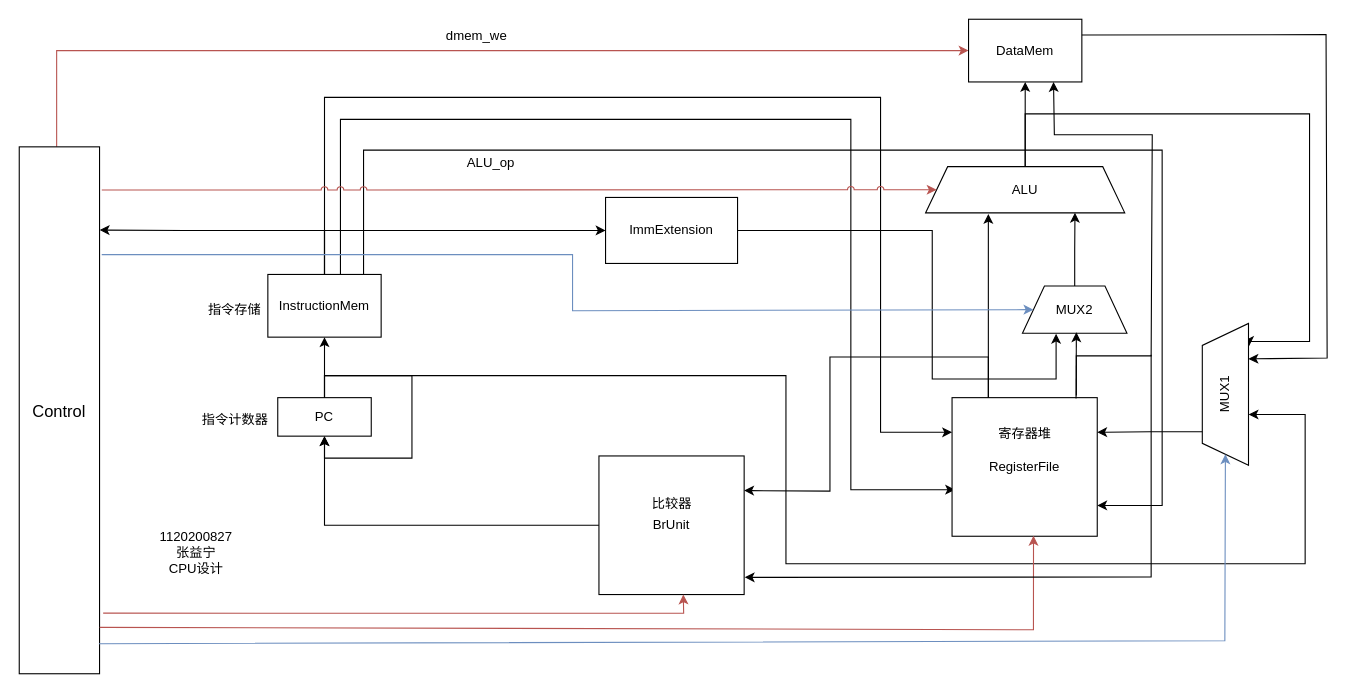
Above: CPU.drawio in ZYNsama666/BackUp (draw.io), before the change. Source tidied: cells renumbered, new cells numbered last; positions are measured from the earlier drawing's top-left corner, leaving out a move shared by most shapes. Both pictures are drawn from the tidied source at 110%, with x=0, y=0 at pixel (19, 19).
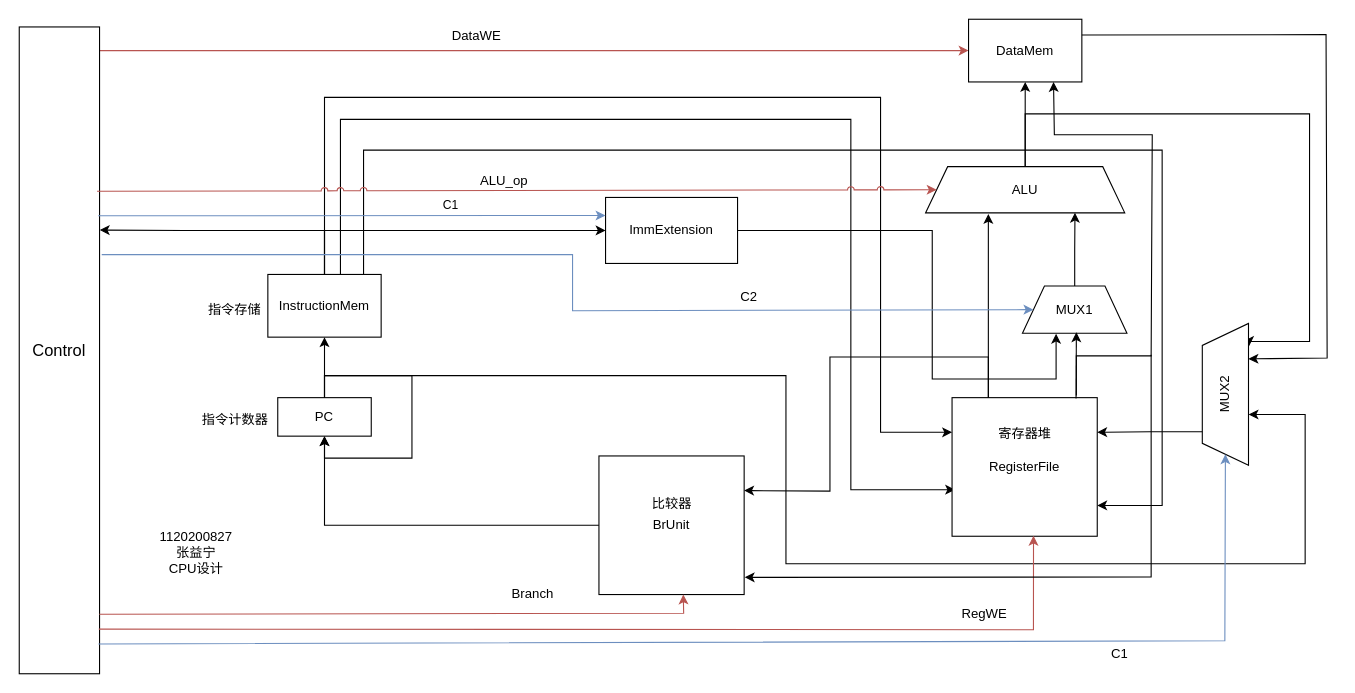
The same diagram, later.

The change refers to these unchanged cells:
```xml
<mxCell id="12" value="InstructionMem" style="rounded=0;whiteSpace=wrap;html=1;" parent="1" vertex="1">
  <mxGeometry x="226" y="232" width="103" height="57" as="geometry" />
</mxCell>
<mxCell id="14" value="BrUnit" style="rounded=0;whiteSpace=wrap;html=1;" parent="1" vertex="1">
  <mxGeometry x="527" y="397" width="132" height="126" as="geometry" />
</mxCell>
<mxCell id="16" value="RegisterFile" style="rounded=0;whiteSpace=wrap;html=1;" parent="1" vertex="1">
  <mxGeometry x="848" y="344" width="132" height="126" as="geometry" />
</mxCell>
<mxCell id="23" value="ALU" style="shape=trapezoid;perimeter=trapezoidPerimeter;whiteSpace=wrap;html=1;fixedSize=1;" parent="1" vertex="1">
  <mxGeometry x="824" y="134" width="181" height="42" as="geometry" />
</mxCell>
<mxCell id="35" value="ImmExtension" style="rounded=0;whiteSpace=wrap;html=1;" parent="1" vertex="1">
  <mxGeometry x="533" y="162" width="120" height="60" as="geometry" />
</mxCell>
```

The edit, as a diff of the source:
```diff
@@
     <mxCell id="3" value="&lt;font style=&quot;font-size: 15px;&quot;&gt;Control&lt;/font&gt;" style="rounded=0;whiteSpace=wrap;html=1;" parent="1" vertex="1">
-      <mxGeometry y="116" width="73" height="479" as="geometry" />
+      <mxGeometry y="7" width="73" height="588" as="geometry" />
     </mxCell>
@@
-    <mxCell id="7" style="edgeStyle=orthogonalEdgeStyle;rounded=0;jettySize=auto;html=1;entryX=1.002;entryY=0.158;entryDx=0;entryDy=0;entryPerimeter=0;" parent="1" edge="1" source="12" target="3">
+    <mxCell id="7" style="edgeStyle=orthogonalEdgeStyle;rounded=0;jettySize=auto;html=1;entryX=1.003;entryY=0.314;entryDx=0;entryDy=0;entryPerimeter=0;" parent="1" edge="1" source="12" target="3">
       <mxGeometry relative="1" as="geometry">
         <Array as="points">
           <mxPoint x="278" y="192" />
           <mxPoint x="150" y="192" />
         </Array>
       </mxGeometry>
     </mxCell>
@@
     <mxCell id="26" value="ALU_op" style="text;html=1;strokeColor=none;fillColor=none;align=center;verticalAlign=middle;whiteSpace=wrap;rounded=0;" parent="1" vertex="1">
-      <mxGeometry x="399" y="116" width="60" height="30" as="geometry" />
+      <mxGeometry x="411" y="132" width="60" height="30" as="geometry" />
     </mxCell>
-    <mxCell id="27" value="dmem_we" style="text;html=1;strokeColor=none;fillColor=none;align=center;verticalAlign=middle;whiteSpace=wrap;rounded=0;" parent="1" vertex="1">
+    <mxCell id="27" value="DataWE" style="text;html=1;strokeColor=none;fillColor=none;align=center;verticalAlign=middle;whiteSpace=wrap;rounded=0;" parent="1" vertex="1">
       <mxGeometry x="386" width="60" height="30" as="geometry" />
     </mxCell>
@@
-    <mxCell id="29" value="MUX1" style="shape=trapezoid;perimeter=trapezoidPerimeter;whiteSpace=wrap;html=1;fixedSize=1;rotation=-90;" parent="1" vertex="1">
+    <mxCell id="29" value="MUX2" style="shape=trapezoid;perimeter=trapezoidPerimeter;whiteSpace=wrap;html=1;fixedSize=1;rotation=-90;" parent="1" vertex="1">
       <mxGeometry x="1032" y="320" width="129" height="42" as="geometry" />
     </mxCell>
@@
-    <mxCell id="31" style="endArrow=classic;html=1;rounded=0;exitX=0.992;exitY=0.943;exitDx=0;exitDy=0;exitPerimeter=0;entryX=0;entryY=0.5;entryDx=0;entryDy=0;fillColor=#dae8fc;strokeColor=#6c8ebf;" parent="1" edge="1" source="3" target="29">
+    <mxCell id="31" style="endArrow=classic;html=1;rounded=0;exitX=0.986;exitY=0.954;exitDx=0;exitDy=0;exitPerimeter=0;entryX=0;entryY=0.5;entryDx=0;entryDy=0;fillColor=#dae8fc;strokeColor=#6c8ebf;" parent="1" edge="1" source="3" target="29">
       <mxGeometry relative="1" as="geometry">
         <Array as="points">
           <mxPoint x="1096" y="565" />
         </Array>
       </mxGeometry>
     </mxCell>
-    <mxCell id="32" style="endArrow=classic;html=1;rounded=0;exitX=1.002;exitY=0.912;exitDx=0;exitDy=0;exitPerimeter=0;entryX=0.561;entryY=0.997;entryDx=0;entryDy=0;entryPerimeter=0;fillColor=#f8cecc;strokeColor=#b85450;" parent="1" edge="1" source="3" target="16">
+    <mxCell id="32" style="endArrow=classic;html=1;rounded=0;exitX=0.991;exitY=0.931;exitDx=0;exitDy=0;exitPerimeter=0;entryX=0.561;entryY=0.997;entryDx=0;entryDy=0;entryPerimeter=0;fillColor=#f8cecc;strokeColor=#b85450;" parent="1" edge="1" source="3" target="16">
       <mxGeometry relative="1" as="geometry">
         <Array as="points">
           <mxPoint x="922" y="555" />
         </Array>
       </mxGeometry>
     </mxCell>
-    <mxCell id="33" style="endArrow=classic;html=1;rounded=0;exitX=1.045;exitY=0.885;exitDx=0;exitDy=0;exitPerimeter=0;entryX=0.581;entryY=0.999;entryDx=0;entryDy=0;entryPerimeter=0;fillColor=#f8cecc;strokeColor=#b85450;" parent="1" edge="1" source="3" target="14">
+    <mxCell id="33" style="endArrow=classic;html=1;rounded=0;entryX=0.581;entryY=0.999;entryDx=0;entryDy=0;entryPerimeter=0;fillColor=#f8cecc;strokeColor=#b85450;exitX=0.997;exitY=0.908;exitDx=0;exitDy=0;exitPerimeter=0;" parent="1" edge="1" source="3" target="14">
       <mxGeometry relative="1" as="geometry">
         <Array as="points">
           <mxPoint x="604" y="540" />
         </Array>
       </mxGeometry>
     </mxCell>
@@
-    <mxCell id="36" style="endArrow=classic;html=1;rounded=0;exitX=1.028;exitY=0.082;exitDx=0;exitDy=0;exitPerimeter=0;entryX=0;entryY=0.5;entryDx=0;entryDy=0;fillColor=#f8cecc;strokeColor=#b85450;jumpStyle=arc;" parent="1" edge="1" source="3" target="23">
+    <mxCell id="36" style="endArrow=classic;html=1;rounded=0;exitX=0.969;exitY=0.254;exitDx=0;exitDy=0;entryX=0;entryY=0.5;entryDx=0;entryDy=0;fillColor=#f8cecc;strokeColor=#b85450;jumpStyle=arc;exitPerimeter=0;" parent="1" edge="1" source="3" target="23">
       <mxGeometry relative="1" as="geometry" />
     </mxCell>
@@
-    <mxCell id="38" value="MUX2" style="shape=trapezoid;perimeter=trapezoidPerimeter;whiteSpace=wrap;html=1;fixedSize=1;rotation=0;" parent="1" vertex="1">
+    <mxCell id="38" value="MUX1" style="shape=trapezoid;perimeter=trapezoidPerimeter;whiteSpace=wrap;html=1;fixedSize=1;rotation=0;" parent="1" vertex="1">
       <mxGeometry x="912" y="242.5" width="95" height="43" as="geometry" />
     </mxCell>
@@
+    <mxCell id="45" value="C2" style="text;strokeColor=none;fillColor=none;align=left;verticalAlign=middle;spacingLeft=4;spacingRight=4;overflow=hidden;whiteSpace=wrap;html=1;" parent="1" vertex="1">
+      <mxGeometry x="650" y="238" width="80" height="30" as="geometry" />
+    </mxCell>
+    <mxCell id="46" value="C1" style="text;strokeColor=none;fillColor=none;align=left;verticalAlign=middle;spacingLeft=4;spacingRight=4;overflow=hidden;whiteSpace=wrap;html=1;" parent="1" vertex="1">
+      <mxGeometry x="987" y="562" width="80" height="30" as="geometry" />
+    </mxCell>
+    <mxCell id="47" value="RegWE" style="text;strokeColor=none;fillColor=none;align=left;verticalAlign=middle;spacingLeft=4;spacingRight=4;overflow=hidden;whiteSpace=wrap;html=1;" parent="1" vertex="1">
+      <mxGeometry x="851" y="526" width="80" height="30" as="geometry" />
+    </mxCell>
+    <mxCell id="48" value="Branch" style="text;strokeColor=none;fillColor=none;align=left;verticalAlign=middle;spacingLeft=4;spacingRight=4;overflow=hidden;whiteSpace=wrap;html=1;" parent="1" vertex="1">
+      <mxGeometry x="442" y="508" width="80" height="30" as="geometry" />
+    </mxCell>
+    <mxCell id="49" style="endArrow=classic;html=1;rounded=0;exitX=0.984;exitY=0.292;exitDx=0;exitDy=0;exitPerimeter=0;entryX=0;entryY=0.273;entryDx=0;entryDy=0;fillColor=#dae8fc;strokeColor=#6c8ebf;entryPerimeter=0;" parent="1" edge="1" source="3" target="35">
+      <mxGeometry relative="1" as="geometry" />
+    </mxCell>
+    <mxCell id="50" value="C1" style="edgeLabel;html=1;align=center;verticalAlign=middle;" parent="49" vertex="1">
+      <mxGeometry x="0.41" y="-1" relative="1" as="geometry">
+        <mxPoint x="-5" y="-11" as="offset" />
+      </mxGeometry>
+    </mxCell>
```
